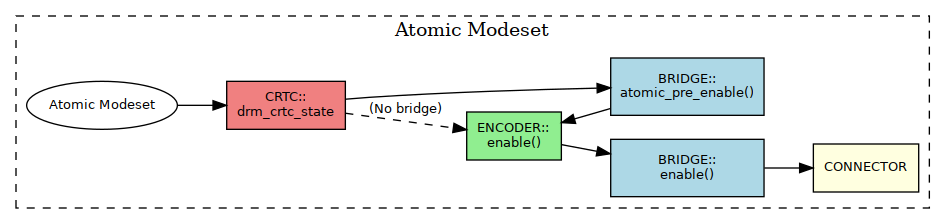
Above: source/images/hikey970/atomic_modeset.png in lucmann/lucmann.github.io (Graphviz), before the change. Its source is kept beside it as source/images/hikey970/atomic_modeset.dot. The source it was exported from:
```dot
digraph atomic_modeset {
    rankdir=LR
    node [shape=rectangle, fontname=Helvetica, fontsize=10]
    edge [fontname=Helvetica, fontsize=10]

    subgraph cluster_atomic_modeset {
        label="Atomic Modeset"
        style=dashed

        atomic_modeset [label="Atomic Modeset", shape=ellipse]
        crtc [label="CRTC::\ndrm_crtc_state", fillcolor=lightcoral, style=filled]
        encoder [label="ENCODER::\nenable()", fillcolor=lightgreen, style=filled]
        bridge_pre [label="BRIDGE::\natomic_pre_enable()", fillcolor=lightblue, style=filled, fixedsize=true, width=1.6, height=0.6]
        bridge [label="BRIDGE::\nenable()", fillcolor=lightblue, style=filled, fixedsize=true, width=1.6, height=0.6]
        connector [label="CONNECTOR", fillcolor=lightyellow, style=filled]

        { rank=same; bridge; bridge_pre; }

        atomic_modeset -> crtc
        crtc -> encoder [style=dashed, label="(No bridge)"]
        crtc -> bridge_pre
        bridge_pre -> encoder
        encoder -> bridge
        bridge -> connector
    }
}
```
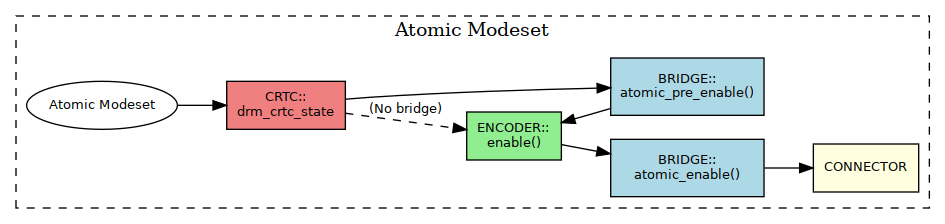
The same file after the commit.

Commit message:
hw: hikey: diagram

Diff of the diagram source:
```diff
@@ -11,7 +11,7 @@
         crtc [label="CRTC::\ndrm_crtc_state", fillcolor=lightcoral, style=filled]
         encoder [label="ENCODER::\nenable()", fillcolor=lightgreen, style=filled]
         bridge_pre [label="BRIDGE::\natomic_pre_enable()", fillcolor=lightblue, style=filled, fixedsize=true, width=1.6, height=0.6]
-        bridge [label="BRIDGE::\nenable()", fillcolor=lightblue, style=filled, fixedsize=true, width=1.6, height=0.6]
+        bridge [label="BRIDGE::\natomic_enable()", fillcolor=lightblue, style=filled, fixedsize=true, width=1.6, height=0.6]
         connector [label="CONNECTOR", fillcolor=lightyellow, style=filled]
 
         { rank=same; bridge; bridge_pre; }
```
